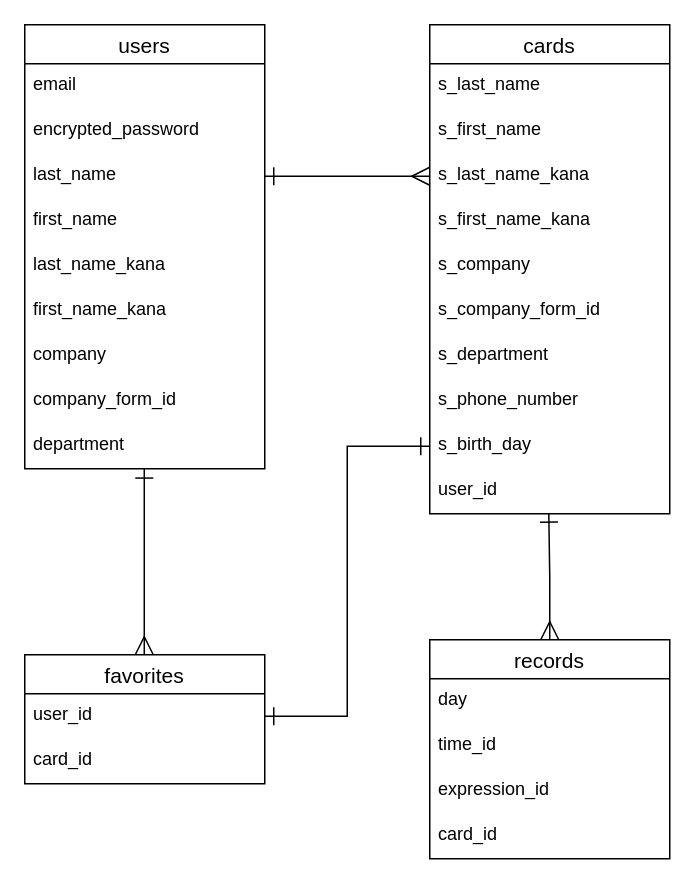
Earlier version of the draw.io diagram alert.dio (yuyakawai0411/s-alert). Source tidied: cells renumbered, new cells numbered last; positions are measured from the earlier drawing's top-left corner, leaving out a move shared by most shapes. Both pictures are drawn from the tidied source at 150%, with x=0, y=0 at pixel (24, 24).
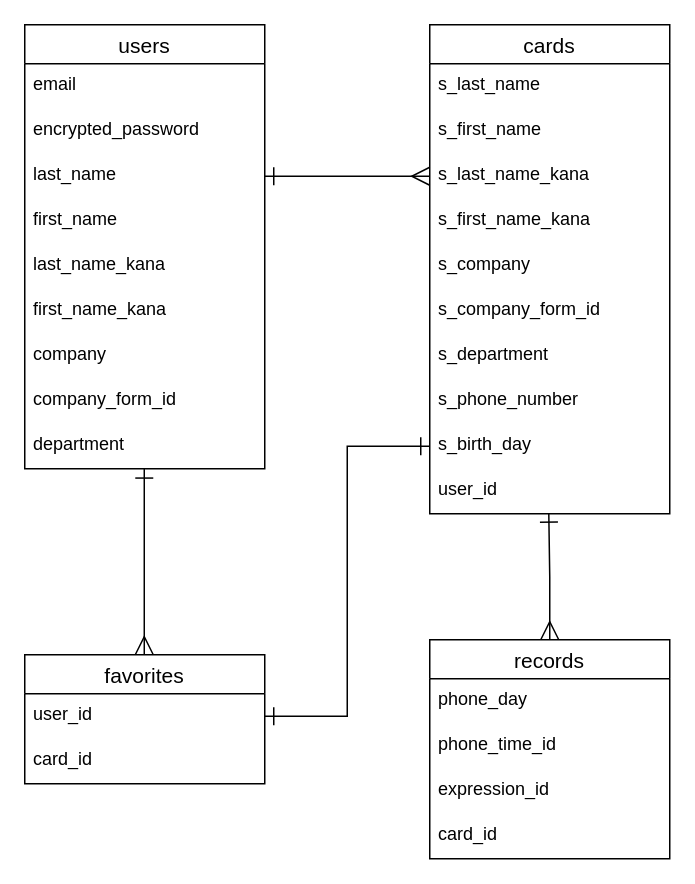
The same page after the edit.

The change refers to these unchanged cells:
```xml
<mxCell id="30" value="records" style="swimlane;fontStyle=0;horizontal=1;startSize=26;align=center;fontSize=14;" parent="1" vertex="1">
  <mxGeometry x="270" y="410" width="160" height="146" as="geometry" />
</mxCell>
```

Diff of the diagram source:
```diff
@@
-    <mxCell id="31" value="day" style="text;strokeColor=none;fillColor=none;spacingLeft=4;spacingRight=4;overflow=hidden;fontSize=12;" parent="30" vertex="1">
+    <mxCell id="31" value="phone_day" style="text;strokeColor=none;fillColor=none;spacingLeft=4;spacingRight=4;overflow=hidden;fontSize=12;" parent="30" vertex="1">
       <mxGeometry y="26" width="160" height="30" as="geometry" />
     </mxCell>
-    <mxCell id="32" value="time_id" style="text;strokeColor=none;fillColor=none;spacingLeft=4;spacingRight=4;overflow=hidden;fontSize=12;" parent="30" vertex="1">
+    <mxCell id="32" value="phone_time_id" style="text;strokeColor=none;fillColor=none;spacingLeft=4;spacingRight=4;overflow=hidden;fontSize=12;" parent="30" vertex="1">
       <mxGeometry y="56" width="160" height="30" as="geometry" />
     </mxCell>
```
